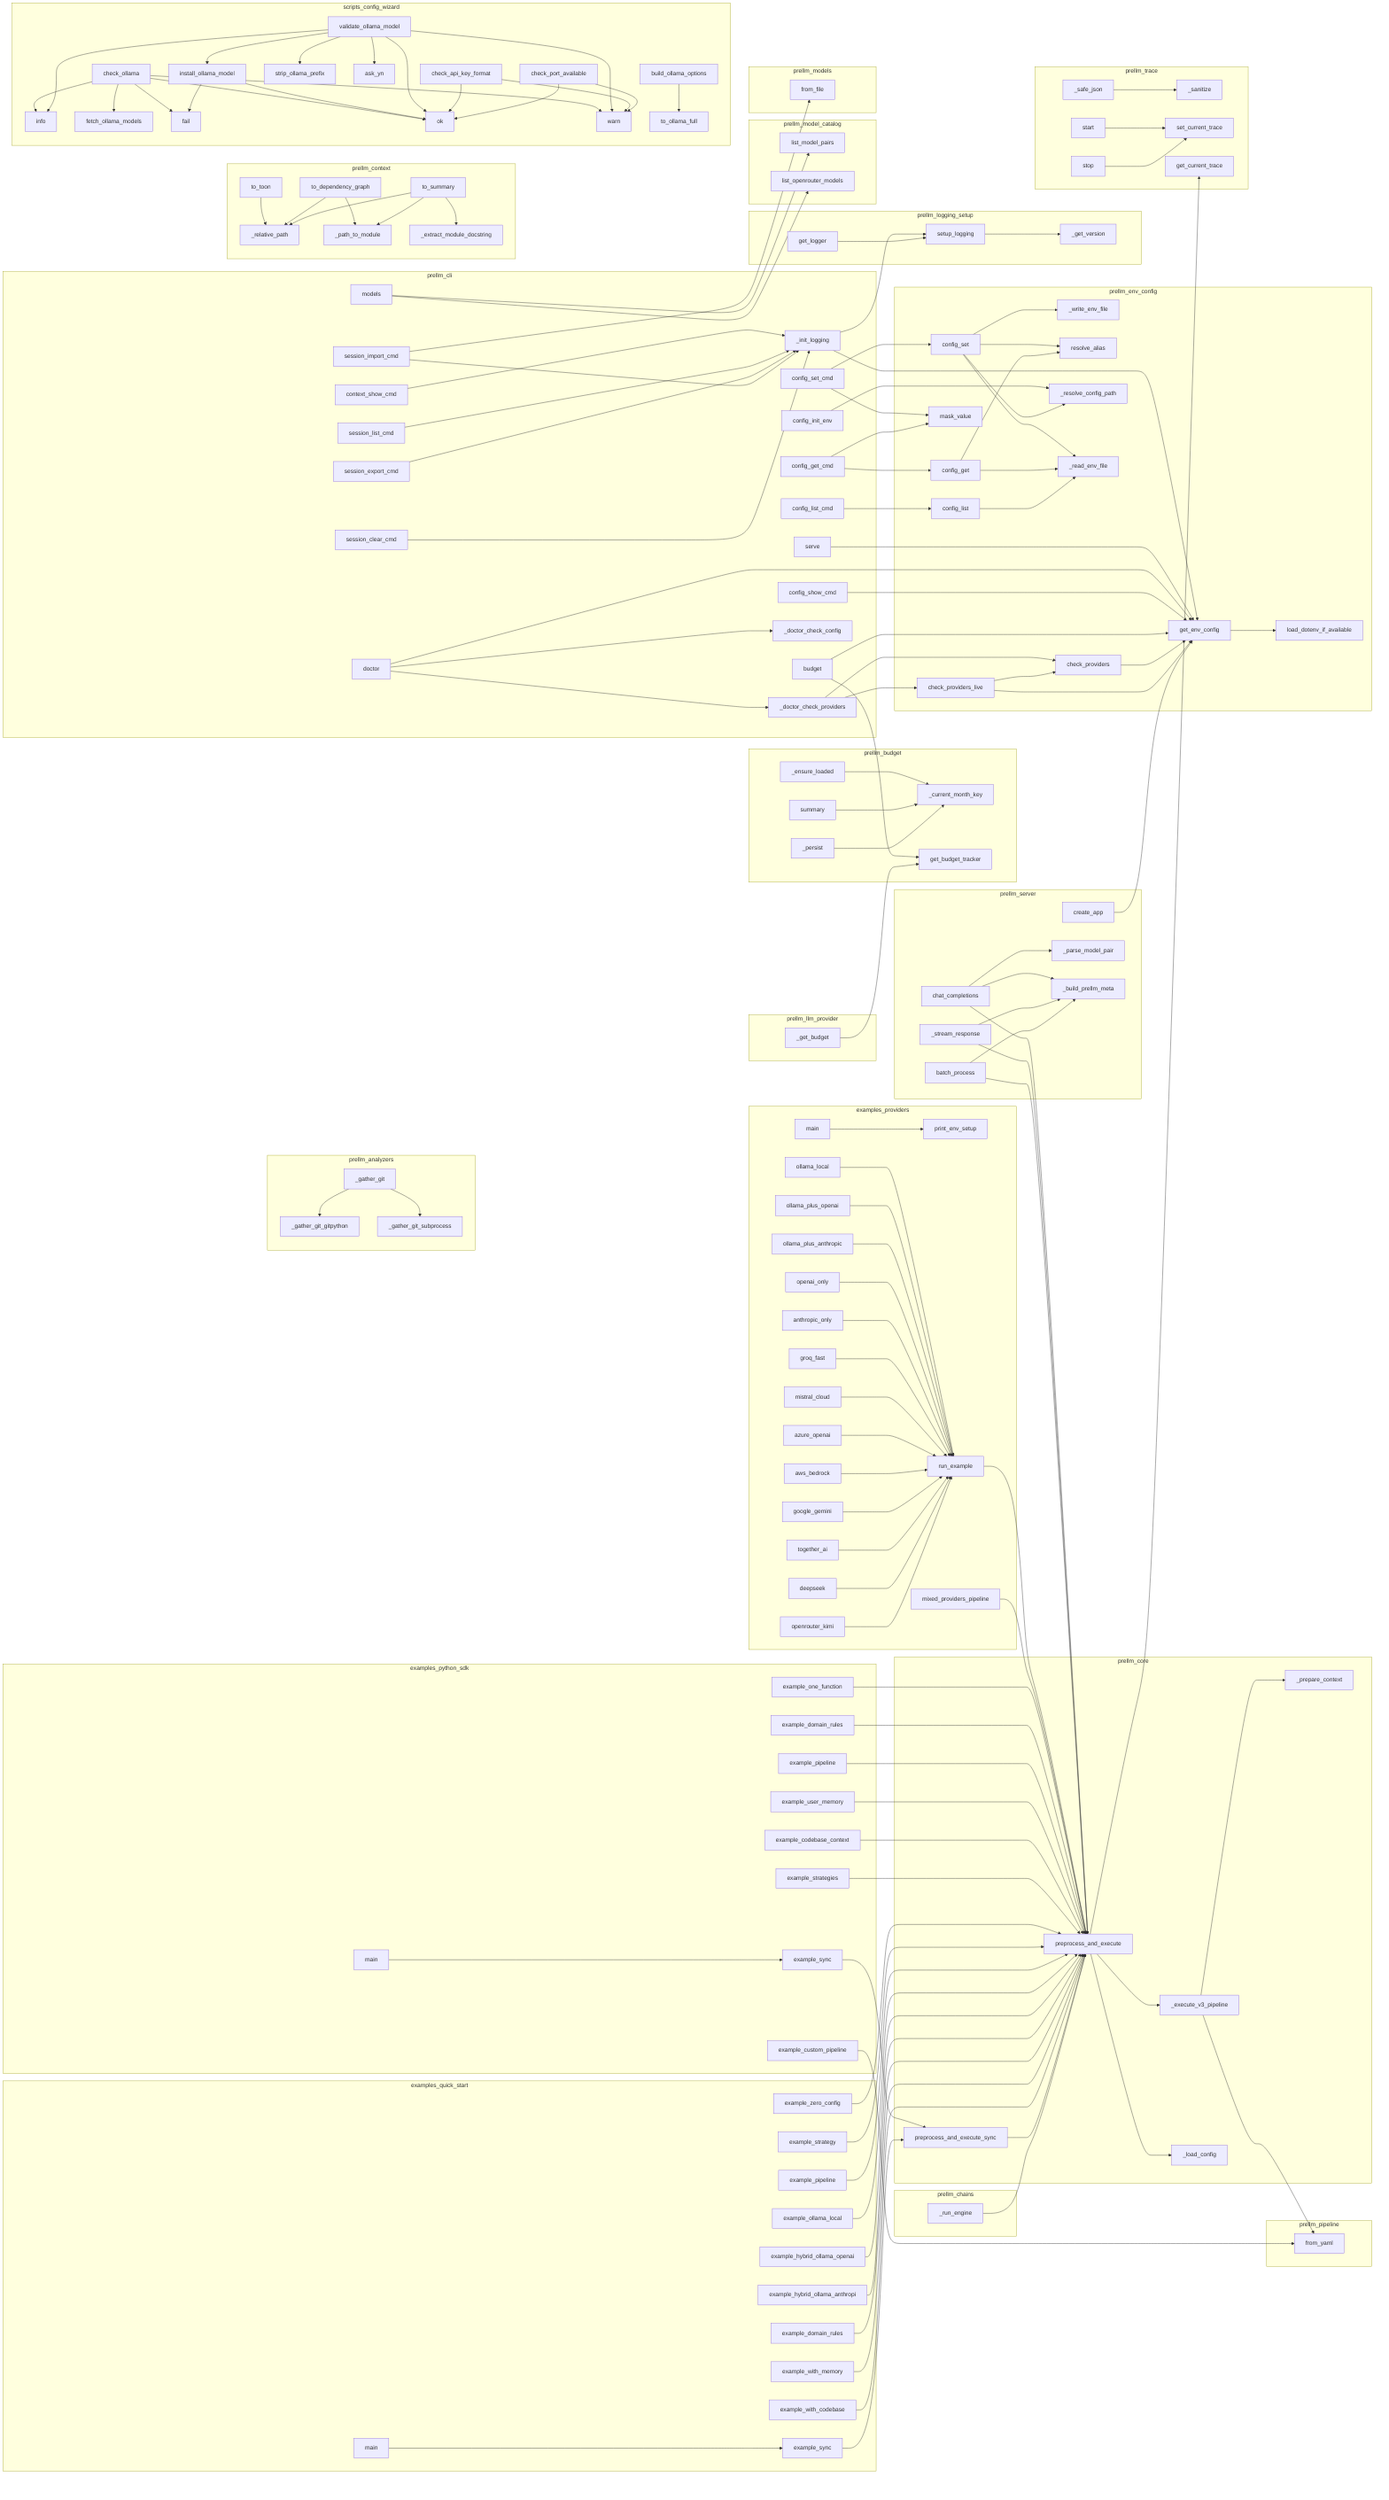
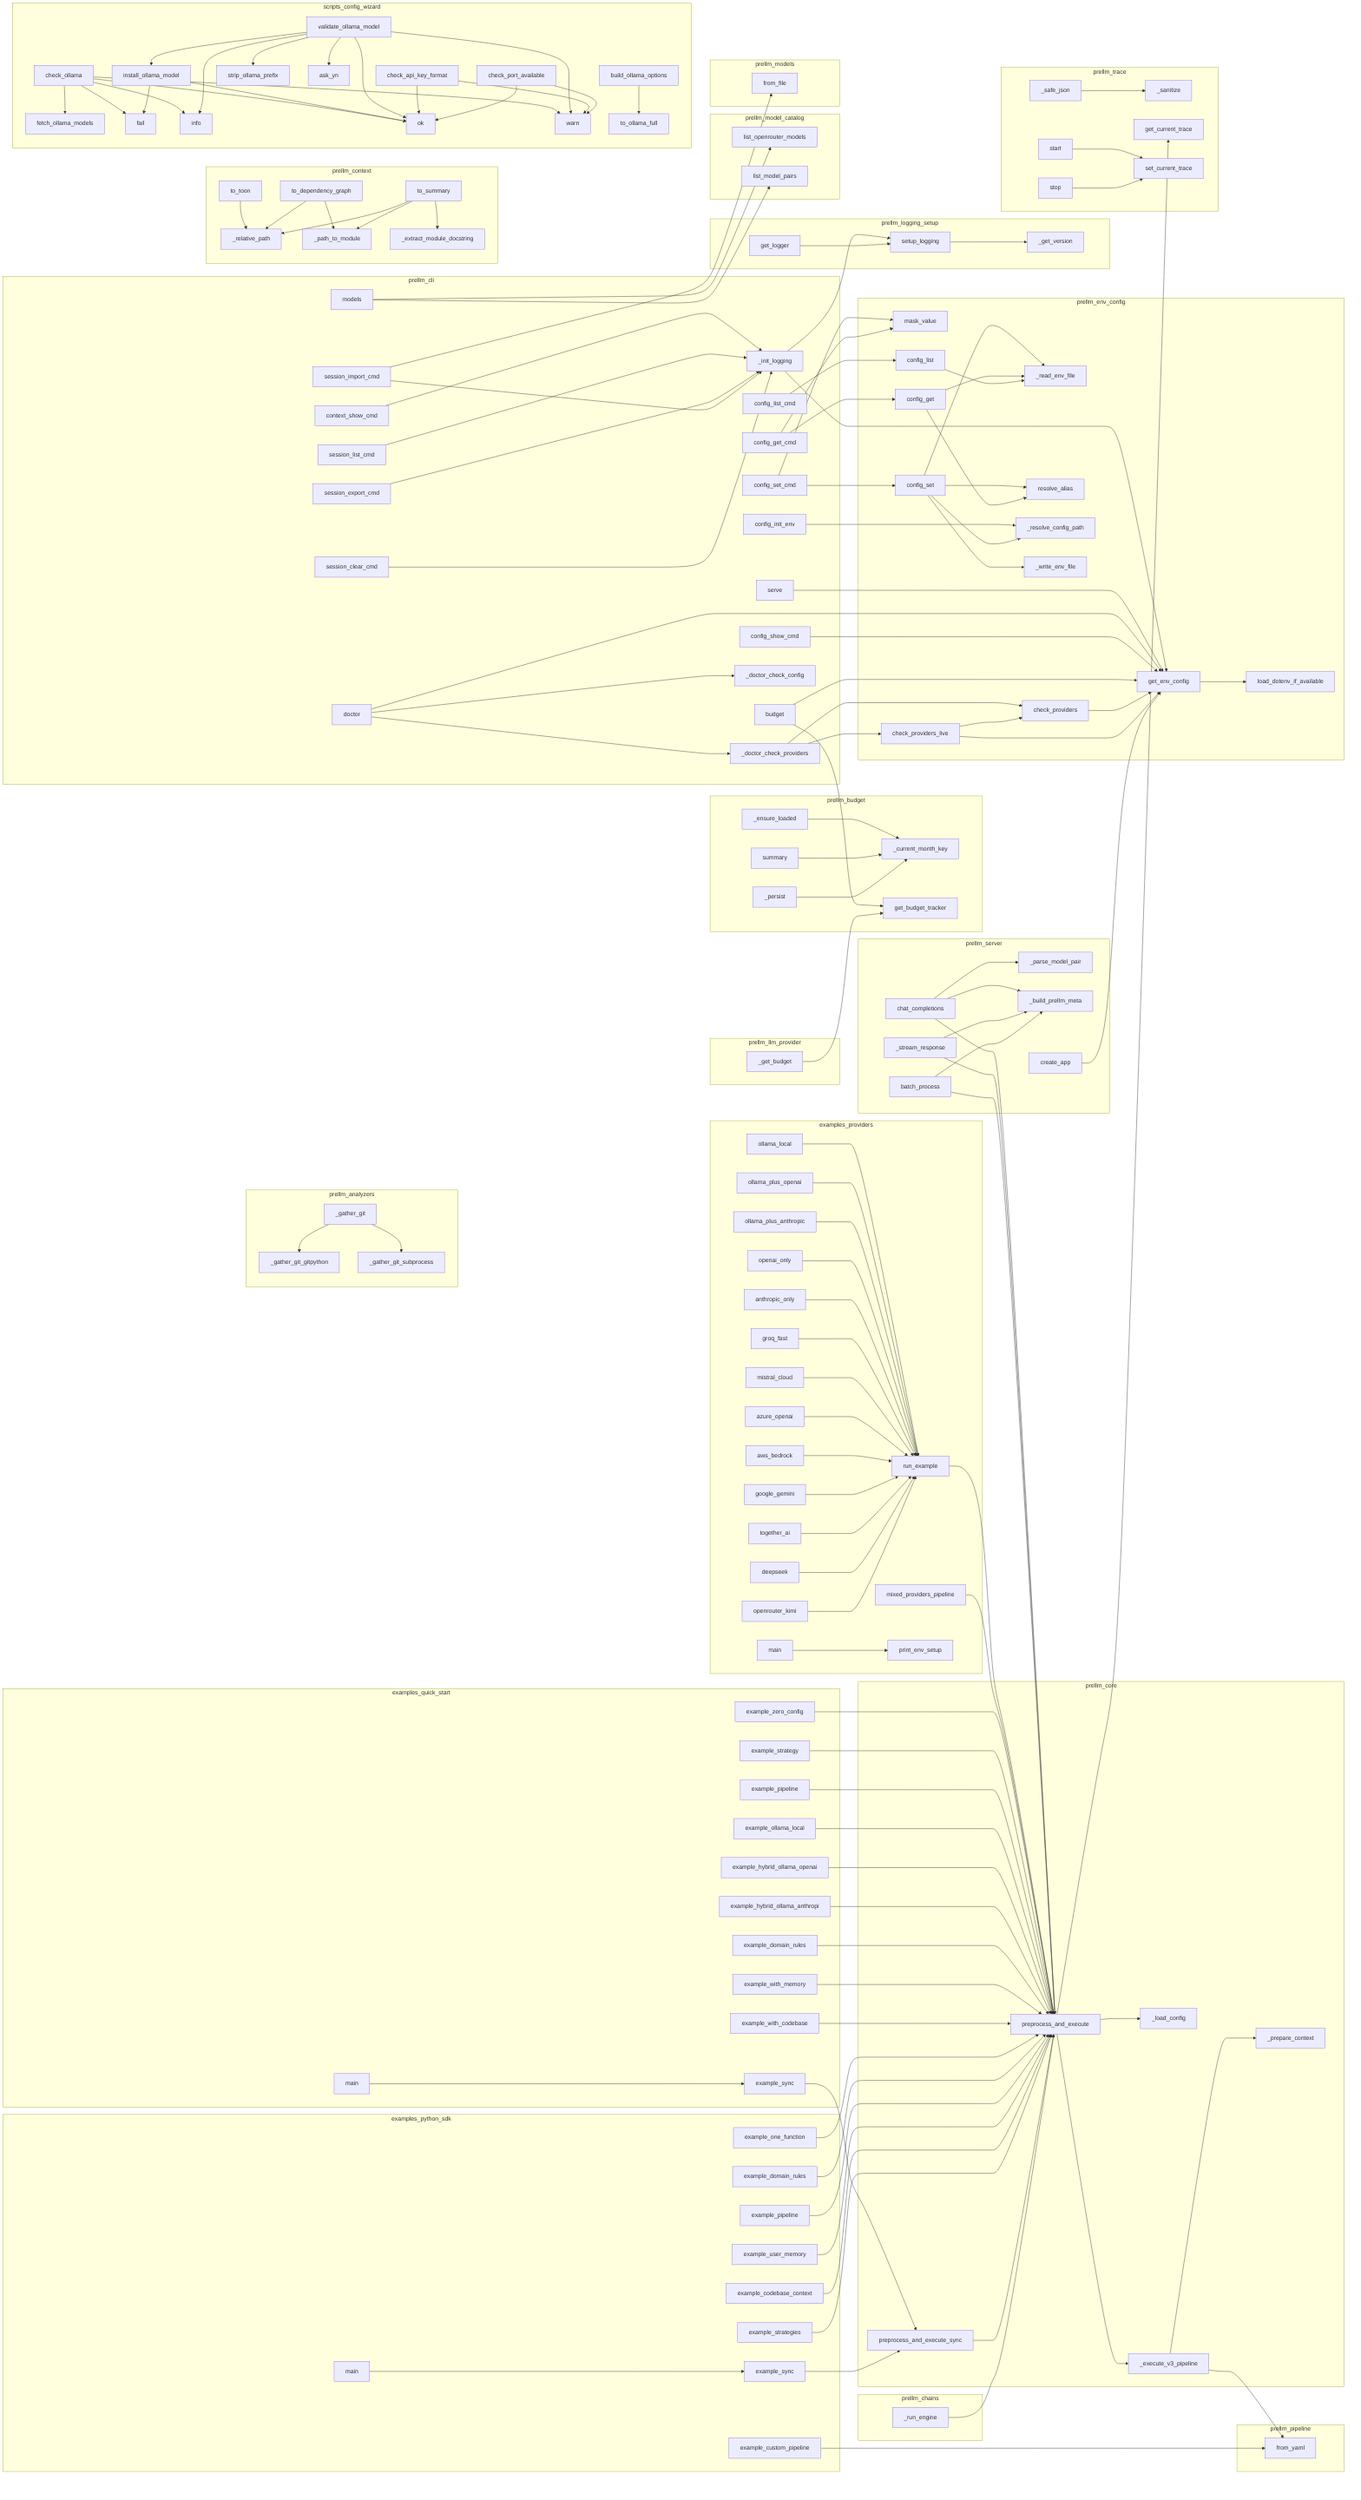
flowchart LR
    subgraph examples_providers
+         examples__providers__azure_openai["azure_openai"]
+         examples__providers__ollama_plus_anthropic["ollama_plus_anthropic"]
+         examples__providers__google_gemini["google_gemini"]
+         examples__providers__openai_only["openai_only"]
+         examples__providers__ollama_local["ollama_local"]
+         examples__providers__run_example["run_example"]
+         examples__providers__together_ai["together_ai"]
+         examples__providers__openrouter_kimi["openrouter_kimi"]
+         examples__providers__ollama_plus_openai["ollama_plus_openai"]
+         examples__providers__mixed_providers_pipeline["mixed_providers_pipeline"]
+         examples__providers__deepseek["deepseek"]
+         examples__providers__groq_fast["groq_fast"]
+         examples__providers__main["main"]
        examples__providers__mistral_cloud["mistral_cloud"]
-         examples__providers__azure_openai["azure_openai"]
-         examples__providers__ollama_plus_openai["ollama_plus_openai"]
-         examples__providers__groq_fast["groq_fast"]
+         examples__providers__aws_bedrock["aws_bedrock"]
+         examples__providers__anthropic_only["anthropic_only"]
        examples__providers__print_env_setup["print_env_setup"]
-         examples__providers__ollama_local["ollama_local"]
-         examples__providers__main["main"]
-         examples__providers__deepseek["deepseek"]
-         examples__providers__openrouter_kimi["openrouter_kimi"]
-         examples__providers__ollama_plus_anthropic["ollama_plus_anthropic"]
-         examples__providers__mixed_providers_pipeline["mixed_providers_pipeline"]
-         examples__providers__together_ai["together_ai"]
-         examples__providers__google_gemini["google_gemini"]
-         examples__providers__aws_bedrock["aws_bedrock"]
-         examples__providers__openai_only["openai_only"]
-         examples__providers__anthropic_only["anthropic_only"]
-         examples__providers__run_example["run_example"]
    end
    subgraph examples_python_sdk
+         examples__python_sdk__example_sync["example_sync"]
+         examples__python_sdk__example_domain_rules["example_domain_rules"]
+         examples__python_sdk__example_codebase_context["example_codebase_context"]
+         examples__python_sdk__example_one_function["example_one_function"]
+         examples__python_sdk__example_custom_pipeline["example_custom_pipeline"]
+         examples__python_sdk__example_user_memory["example_user_memory"]
        examples__python_sdk__example_strategies["example_strategies"]
-         examples__python_sdk__example_codebase_context["example_codebase_context"]
-         examples__python_sdk__example_user_memory["example_user_memory"]
-         examples__python_sdk__example_domain_rules["example_domain_rules"]
        examples__python_sdk__main["main"]
        examples__python_sdk__example_pipeline["example_pipeline"]
-         examples__python_sdk__example_custom_pipeline["example_custom_pipeline"]
-         examples__python_sdk__example_sync["example_sync"]
-         examples__python_sdk__example_one_function["example_one_function"]
    end
    subgraph examples_quick_start
+         examples__quick_start__example_strategy["example_strategy"]
+         examples__quick_start__example_with_codebase["example_with_codebase"]
+         examples__quick_start__example_ollama_local["example_ollama_local"]
+         examples__quick_start__example_hybrid_ollama_openai["example_hybrid_ollama_openai"]
        examples__quick_start__example_hybrid_ollama_anthropic["example_hybrid_ollama_anthropi"]
-         examples__quick_start__example_ollama_local["example_ollama_local"]
-         examples__quick_start__main["main"]
        examples__quick_start__example_sync["example_sync"]
-         examples__quick_start__example_domain_rules["example_domain_rules"]
-         examples__quick_start__example_zero_config["example_zero_config"]
-         examples__quick_start__example_with_codebase["example_with_codebase"]
-         examples__quick_start__example_hybrid_ollama_openai["example_hybrid_ollama_openai"]
-         examples__quick_start__example_strategy["example_strategy"]
        examples__quick_start__example_with_memory["example_with_memory"]
        examples__quick_start__example_pipeline["example_pipeline"]
+         examples__quick_start__example_domain_rules["example_domain_rules"]
+         examples__quick_start__main["main"]
+         examples__quick_start__example_zero_config["example_zero_config"]
    end
    subgraph prellm_analyzers
        prellm__ContextEngine___gather_git_gitpython["_gather_git_gitpython"]
+         prellm__ContextEngine___gather_git_subprocess["_gather_git_subprocess"]
        prellm__ContextEngine___gather_git["_gather_git"]
-         prellm__ContextEngine___gather_git_subprocess["_gather_git_subprocess"]
    end
    subgraph prellm_budget
        prellm__budget___current_month_key["_current_month_key"]
        prellm__budget__get_budget_tracker["get_budget_tracker"]
+         prellm__budget__BudgetTracker___ensure_loaded["_ensure_loaded"]
+         prellm__budget__BudgetTracker__summary["summary"]
        prellm__budget__BudgetTracker___persist["_persist"]
-         prellm__budget__BudgetTracker__summary["summary"]
-         prellm__budget__BudgetTracker___ensure_loaded["_ensure_loaded"]
    end
    subgraph prellm_chains
        prellm__chains__process_chain__ProcessChain___run_engine["_run_engine"]
    end
    subgraph prellm_cli
+         prellm__cli__config_show_cmd["config_show_cmd"]
+         prellm__cli__config_init_env["config_init_env"]
+         prellm__cli__config_list_cmd["config_list_cmd"]
        prellm__cli__models["models"]
+         prellm__cli__session_export_cmd["session_export_cmd"]
+         prellm__cli___init_logging["_init_logging"]
+         prellm__cli__serve["serve"]
+         prellm__cli__budget["budget"]
+         prellm__cli__session_list_cmd["session_list_cmd"]
+         prellm__cli___doctor_check_providers["_doctor_check_providers"]
+         prellm__cli__session_clear_cmd["session_clear_cmd"]
+         prellm__cli__doctor["doctor"]
+         prellm__cli__config_get_cmd["config_get_cmd"]
+         prellm__cli___doctor_check_config["_doctor_check_config"]
+         prellm__cli__session_import_cmd["session_import_cmd"]
+         prellm__cli__context_show_cmd["context_show_cmd"]
        prellm__cli__config_set_cmd["config_set_cmd"]
-         prellm__cli__config_init_env["config_init_env"]
-         prellm__cli__session_import_cmd["session_import_cmd"]
-         prellm__cli__config_get_cmd["config_get_cmd"]
-         prellm__cli__config_show_cmd["config_show_cmd"]
-         prellm__cli__session_export_cmd["session_export_cmd"]
-         prellm__cli__config_list_cmd["config_list_cmd"]
-         prellm__cli__doctor["doctor"]
-         prellm__cli__serve["serve"]
-         prellm__cli___init_logging["_init_logging"]
-         prellm__cli__budget["budget"]
-         prellm__cli__session_clear_cmd["session_clear_cmd"]
-         prellm__cli__context_show_cmd["context_show_cmd"]
-         prellm__cli___doctor_check_config["_doctor_check_config"]
-         prellm__cli___doctor_check_providers["_doctor_check_providers"]
-         prellm__cli__session_list_cmd["session_list_cmd"]
    end
    subgraph prellm_context
-         prellm__FolderCompressor__to_summary["to_summary"]
+         prellm__context__folder_compressor___path_to_module["_path_to_module"]
        prellm__context__folder_compressor___relative_path["_relative_path"]
        prellm__FolderCompressor__to_toon["to_toon"]
-         prellm__context__folder_compressor___path_to_module["_path_to_module"]
+         prellm__context__folder_compressor___extract_module_docstrin["_extract_module_docstring"]
        prellm__FolderCompressor__to_dependency_graph["to_dependency_graph"]
-         prellm__context__folder_compressor___extract_module_docstrin["_extract_module_docstring"]
+         prellm__FolderCompressor__to_summary["to_summary"]
    end
    subgraph prellm_core
        prellm__core__preprocess_and_execute["preprocess_and_execute"]
-         prellm__core___execute_v3_pipeline["_execute_v3_pipeline"]
+         prellm__core___prepare_context["_prepare_context"]
        prellm__core__PreLLM___load_config["_load_config"]
        prellm__core__preprocess_and_execute_sync["preprocess_and_execute_sync"]
-         prellm__core___prepare_context["_prepare_context"]
+         prellm__core___execute_v3_pipeline["_execute_v3_pipeline"]
    end
    subgraph prellm_env_config
+         prellm__env_config___read_env_file["_read_env_file"]
+         prellm__env_config__check_providers["check_providers"]
+         prellm__env_config__mask_value["mask_value"]
+         prellm__env_config__check_providers_live["check_providers_live"]
+         prellm__env_config__resolve_alias["resolve_alias"]
+         prellm__env_config___resolve_config_path["_resolve_config_path"]
+         prellm__env_config___write_env_file["_write_env_file"]
+         prellm__env_config__get_env_config["get_env_config"]
        prellm__env_config__config_set["config_set"]
-         prellm__env_config___write_env_file["_write_env_file"]
+         prellm__env_config__config_get["config_get"]
+         prellm__env_config__load_dotenv_if_available["load_dotenv_if_available"]
        prellm__env_config__config_list["config_list"]
-         prellm__env_config__check_providers_live["check_providers_live"]
-         prellm__env_config__mask_value["mask_value"]
-         prellm__env_config__resolve_alias["resolve_alias"]
-         prellm__env_config__load_dotenv_if_available["load_dotenv_if_available"]
-         prellm__env_config__check_providers["check_providers"]
-         prellm__env_config__get_env_config["get_env_config"]
-         prellm__env_config___resolve_config_path["_resolve_config_path"]
-         prellm__env_config___read_env_file["_read_env_file"]
-         prellm__env_config__config_get["config_get"]
    end
    subgraph prellm_llm_provider
        prellm__llm_provider__LLMProvider___get_budget["_get_budget"]
    end
    subgraph prellm_logging_setup
-         prellm__logging_setup__setup_logging["setup_logging"]
        prellm__logging_setup__get_logger["get_logger"]
        prellm__logging_setup___get_version["_get_version"]
+         prellm__logging_setup__setup_logging["setup_logging"]
    end
    subgraph prellm_model_catalog
+         prellm__model_catalog__list_openrouter_models["list_openrouter_models"]
        prellm__model_catalog__list_model_pairs["list_model_pairs"]
-         prellm__model_catalog__list_openrouter_models["list_openrouter_models"]
    end
    subgraph prellm_models
        prellm__models__SessionSnapshot__from_file["from_file"]
    end
    subgraph prellm_pipeline
        prellm__pipeline__PromptPipeline__from_yaml["from_yaml"]
    end
    subgraph prellm_server
+         prellm__server__chat_completions["chat_completions"]
+         prellm__server___parse_model_pair["_parse_model_pair"]
        prellm__server___stream_response["_stream_response"]
+         prellm__server___build_prellm_meta["_build_prellm_meta"]
        prellm__server__create_app["create_app"]
-         prellm__server___parse_model_pair["_parse_model_pair"]
-         prellm__server__chat_completions["chat_completions"]
        prellm__server__batch_process["batch_process"]
-         prellm__server___build_prellm_meta["_build_prellm_meta"]
    end
    subgraph prellm_trace
        prellm__trace__TraceRecorder__stop["stop"]
+         prellm__trace___sanitize["_sanitize"]
+         prellm__trace__TraceRecorder__start["start"]
        prellm__trace___safe_json["_safe_json"]
-         prellm__trace___sanitize["_sanitize"]
+         prellm__trace__get_current_trace["get_current_trace"]
        prellm__trace__set_current_trace["set_current_trace"]
-         prellm__trace__get_current_trace["get_current_trace"]
-         prellm__trace__TraceRecorder__start["start"]
    end
    subgraph scripts_config_wizard
+         scripts__config_wizard__validate_ollama_model["validate_ollama_model"]
+         scripts__config_wizard__check_ollama["check_ollama"]
+         scripts__config_wizard__warn["warn"]
+         scripts__config_wizard__check_api_key_format["check_api_key_format"]
        scripts__config_wizard__info["info"]
-         scripts__config_wizard__fetch_ollama_models["fetch_ollama_models"]
+         scripts__config_wizard__ask_yn["ask_yn"]
        scripts__config_wizard__strip_ollama_prefix["strip_ollama_prefix"]
-         scripts__config_wizard__fail["fail"]
-         scripts__config_wizard__check_api_key_format["check_api_key_format"]
-         scripts__config_wizard__build_ollama_options["build_ollama_options"]
-         scripts__config_wizard__check_ollama["check_ollama"]
        scripts__config_wizard__ok["ok"]
        scripts__config_wizard__check_port_available["check_port_available"]
-         scripts__config_wizard__validate_ollama_model["validate_ollama_model"]
+         scripts__config_wizard__to_ollama_full["to_ollama_full"]
+         scripts__config_wizard__fail["fail"]
+         scripts__config_wizard__build_ollama_options["build_ollama_options"]
+         scripts__config_wizard__fetch_ollama_models["fetch_ollama_models"]
        scripts__config_wizard__install_ollama_model["install_ollama_model"]
-         scripts__config_wizard__ask_yn["ask_yn"]
-         scripts__config_wizard__to_ollama_full["to_ollama_full"]
-         scripts__config_wizard__warn["warn"]
    end
    examples__providers__run_example --> prellm__core__preprocess_and_execute
    examples__providers__ollama_local --> examples__providers__run_example
    examples__providers__ollama_plus_openai --> examples__providers__run_example
    examples__providers__ollama_plus_anthropic --> examples__providers__run_example
    examples__providers__openai_only --> examples__providers__run_example
    examples__providers__anthropic_only --> examples__providers__run_example
    examples__providers__groq_fast --> examples__providers__run_example
    examples__providers__mistral_cloud --> examples__providers__run_example
    examples__providers__azure_openai --> examples__providers__run_example
    examples__providers__aws_bedrock --> examples__providers__run_example
    examples__providers__google_gemini --> examples__providers__run_example
    examples__providers__together_ai --> examples__providers__run_example
    examples__providers__deepseek --> examples__providers__run_example
    examples__providers__openrouter_kimi --> examples__providers__run_example
    examples__providers__mixed_providers_pipeline --> prellm__core__preprocess_and_execute
    examples__providers__main --> examples__providers__print_env_setup
-     examples__python_sdk__example_one_function --> prellm__core__preprocess_and_execute
-     examples__python_sdk__example_domain_rules --> prellm__core__preprocess_and_execute
-     examples__python_sdk__example_sync --> prellm__core__preprocess_and_execute_sync
-     examples__python_sdk__example_pipeline --> prellm__core__preprocess_and_execute
-     examples__python_sdk__example_user_memory --> prellm__core__preprocess_and_execute
-     examples__python_sdk__example_codebase_context --> prellm__core__preprocess_and_execute
-     examples__python_sdk__example_custom_pipeline --> prellm__pipeline__PromptPipeline__from_yaml
-     examples__python_sdk__example_strategies --> prellm__core__preprocess_and_execute
-     examples__python_sdk__main --> examples__python_sdk__example_sync
    examples__quick_start__example_zero_config --> prellm__core__preprocess_and_execute
    examples__quick_start__example_strategy --> prellm__core__preprocess_and_execute
    examples__quick_start__example_pipeline --> prellm__core__preprocess_and_execute
    examples__quick_start__example_ollama_local --> prellm__core__preprocess_and_execute
    examples__quick_start__example_hybrid_ollama_openai --> prellm__core__preprocess_and_execute
    examples__quick_start__example_hybrid_ollama_anthropic --> prellm__core__preprocess_and_execute
    examples__quick_start__example_domain_rules --> prellm__core__preprocess_and_execute
    examples__quick_start__example_with_memory --> prellm__core__preprocess_and_execute
    examples__quick_start__example_with_codebase --> prellm__core__preprocess_and_execute
    examples__quick_start__example_sync --> prellm__core__preprocess_and_execute_sync
    examples__quick_start__main --> examples__quick_start__example_sync
    prellm__cli___init_logging --> prellm__env_config__get_env_config
    prellm__cli___init_logging --> prellm__logging_setup__setup_logging
    prellm__cli__serve --> prellm__env_config__get_env_config
    prellm__cli___doctor_check_providers --> prellm__env_config__check_providers
    prellm__cli___doctor_check_providers --> prellm__env_config__check_providers_live
    prellm__cli__doctor --> prellm__env_config__get_env_config
    prellm__cli__doctor --> prellm__cli___doctor_check_config
    prellm__cli__doctor --> prellm__cli___doctor_check_providers
    prellm__cli__config_set_cmd --> prellm__env_config__config_set
    prellm__cli__config_set_cmd --> prellm__env_config__mask_value
    prellm__cli__config_get_cmd --> prellm__env_config__config_get
    prellm__cli__config_get_cmd --> prellm__env_config__mask_value
    prellm__cli__config_list_cmd --> prellm__env_config__config_list
    prellm__cli__config_show_cmd --> prellm__env_config__get_env_config
    prellm__cli__config_init_env --> prellm__env_config___resolve_config_path
    prellm__cli__budget --> prellm__env_config__get_env_config
    prellm__cli__budget --> prellm__budget__get_budget_tracker
    prellm__cli__models --> prellm__model_catalog__list_model_pairs
    prellm__cli__models --> prellm__model_catalog__list_openrouter_models
    prellm__cli__context_show_cmd --> prellm__cli___init_logging
    prellm__cli__session_list_cmd --> prellm__cli___init_logging
    prellm__cli__session_export_cmd --> prellm__cli___init_logging
    prellm__cli__session_import_cmd --> prellm__cli___init_logging
    prellm__cli__session_import_cmd --> prellm__models__SessionSnapshot__from_file
    prellm__cli__session_clear_cmd --> prellm__cli___init_logging
    prellm__env_config__get_env_config --> prellm__env_config__load_dotenv_if_available
    prellm__env_config__check_providers --> prellm__env_config__get_env_config
    prellm__env_config__config_set --> prellm__env_config__resolve_alias
    prellm__env_config__config_set --> prellm__env_config___resolve_config_path
    prellm__env_config__config_set --> prellm__env_config___read_env_file
    prellm__env_config__config_set --> prellm__env_config___write_env_file
    prellm__env_config__config_get --> prellm__env_config__resolve_alias
    prellm__env_config__config_get --> prellm__env_config___read_env_file
    prellm__env_config__config_list --> prellm__env_config___read_env_file
    prellm__env_config__check_providers_live --> prellm__env_config__check_providers
    prellm__env_config__check_providers_live --> prellm__env_config__get_env_config
+     examples__python_sdk__example_one_function --> prellm__core__preprocess_and_execute
+     examples__python_sdk__example_domain_rules --> prellm__core__preprocess_and_execute
+     examples__python_sdk__example_sync --> prellm__core__preprocess_and_execute_sync
+     examples__python_sdk__example_pipeline --> prellm__core__preprocess_and_execute
+     examples__python_sdk__example_user_memory --> prellm__core__preprocess_and_execute
+     examples__python_sdk__example_codebase_context --> prellm__core__preprocess_and_execute
+     examples__python_sdk__example_custom_pipeline --> prellm__pipeline__PromptPipeline__from_yaml
+     examples__python_sdk__example_strategies --> prellm__core__preprocess_and_execute
+     examples__python_sdk__main --> examples__python_sdk__example_sync
    prellm__trace__TraceRecorder__start --> prellm__trace__set_current_trace
    prellm__trace__TraceRecorder__stop --> prellm__trace__set_current_trace
    prellm__trace___safe_json --> prellm__trace___sanitize
    prellm__core__preprocess_and_execute --> prellm__trace__get_current_trace
    prellm__core__preprocess_and_execute --> prellm__core__PreLLM___load_config
    prellm__core__preprocess_and_execute --> prellm__core___execute_v3_pipeline
    prellm__core__preprocess_and_execute_sync --> prellm__core__preprocess_and_execute
    prellm__core___execute_v3_pipeline --> prellm__pipeline__PromptPipeline__from_yaml
    prellm__core___execute_v3_pipeline --> prellm__core___prepare_context
    prellm__llm_provider__LLMProvider___get_budget --> prellm__budget__get_budget_tracker
    prellm__server__chat_completions --> prellm__server___parse_model_pair
    prellm__server__chat_completions --> prellm__server___build_prellm_meta
    prellm__server__chat_completions --> prellm__core__preprocess_and_execute
    prellm__server___stream_response --> prellm__core__preprocess_and_execute
    prellm__server___stream_response --> prellm__server___build_prellm_meta
    prellm__server__batch_process --> prellm__core__preprocess_and_execute
    prellm__server__batch_process --> prellm__server___build_prellm_meta
    prellm__server__create_app --> prellm__env_config__get_env_config
-     prellm__chains__process_chain__ProcessChain___run_engine --> prellm__core__preprocess_and_execute
    scripts__config_wizard__check_ollama --> scripts__config_wizard__fetch_ollama_models
    scripts__config_wizard__check_ollama --> scripts__config_wizard__fail
    scripts__config_wizard__check_ollama --> scripts__config_wizard__info
    scripts__config_wizard__check_ollama --> scripts__config_wizard__ok
    scripts__config_wizard__check_ollama --> scripts__config_wizard__warn
    scripts__config_wizard__build_ollama_options --> scripts__config_wizard__to_ollama_full
    scripts__config_wizard__install_ollama_model --> scripts__config_wizard__fail
    scripts__config_wizard__install_ollama_model --> scripts__config_wizard__ok
    scripts__config_wizard__validate_ollama_model --> scripts__config_wizard__strip_ollama_prefix
    scripts__config_wizard__validate_ollama_model --> scripts__config_wizard__warn
    scripts__config_wizard__validate_ollama_model --> scripts__config_wizard__info
    scripts__config_wizard__validate_ollama_model --> scripts__config_wizard__ask_yn
    scripts__config_wizard__validate_ollama_model --> scripts__config_wizard__ok
    scripts__config_wizard__validate_ollama_model --> scripts__config_wizard__install_ollama_model
    scripts__config_wizard__check_api_key_format --> scripts__config_wizard__ok
    scripts__config_wizard__check_api_key_format --> scripts__config_wizard__warn
    scripts__config_wizard__check_port_available --> scripts__config_wizard__warn
    scripts__config_wizard__check_port_available --> scripts__config_wizard__ok
+     prellm__chains__process_chain__ProcessChain___run_engine --> prellm__core__preprocess_and_execute
    prellm__FolderCompressor__to_toon --> prellm__context__folder_compressor___relative_path
    prellm__FolderCompressor__to_dependency_graph --> prellm__context__folder_compressor___relative_path
    prellm__FolderCompressor__to_dependency_graph --> prellm__context__folder_compressor___path_to_module
    prellm__FolderCompressor__to_summary --> prellm__context__folder_compressor___relative_path
    prellm__FolderCompressor__to_summary --> prellm__context__folder_compressor___path_to_module
    prellm__FolderCompressor__to_summary --> prellm__context__folder_compressor___extract_module_docstrin
    prellm__budget__BudgetTracker___ensure_loaded --> prellm__budget___current_month_key
    prellm__budget__BudgetTracker__summary --> prellm__budget___current_month_key
    prellm__budget__BudgetTracker___persist --> prellm__budget___current_month_key
    prellm__ContextEngine___gather_git --> prellm__ContextEngine___gather_git_gitpython
    prellm__ContextEngine___gather_git --> prellm__ContextEngine___gather_git_subprocess
    prellm__logging_setup__setup_logging --> prellm__logging_setup___get_version
    prellm__logging_setup__get_logger --> prellm__logging_setup__setup_logging
